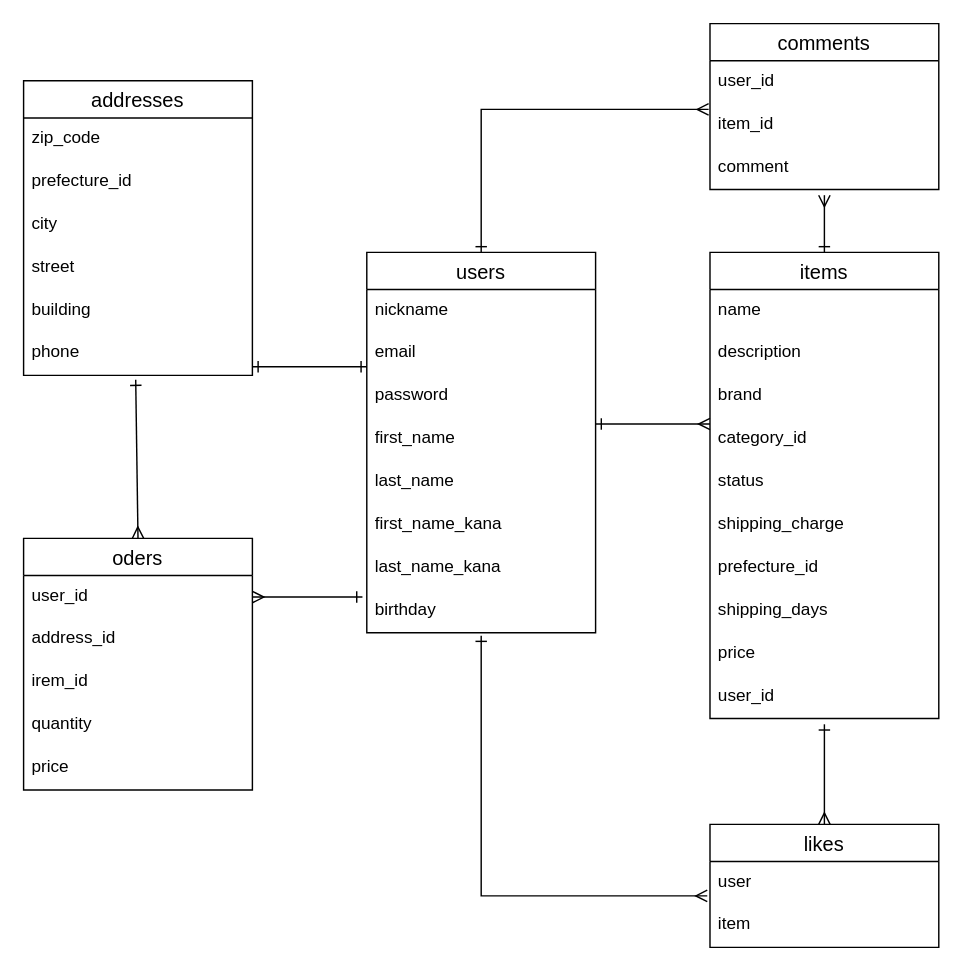
Before: test.dio in emi0121/furima-39164, a draw.io diagram. Source tidied: cells renumbered, new cells numbered last; positions are measured from the earlier drawing's top-left corner, leaving out a move shared by most shapes. Both pictures are drawn from the tidied source at 143%, with x=0, y=0 at pixel (23, 23).
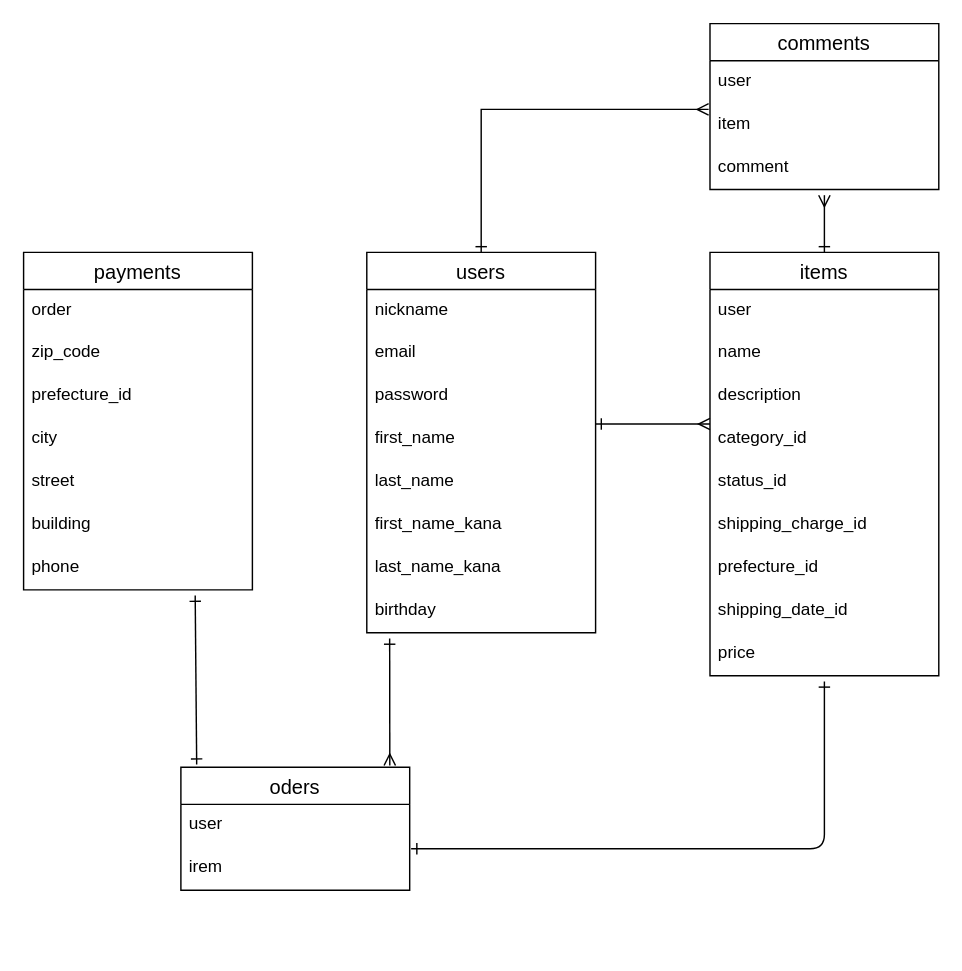
After the change.

The change refers to these unchanged cells:
```xml
<mxCell id="4" value="email" style="text;strokeColor=none;fillColor=none;spacingLeft=4;spacingRight=4;overflow=hidden;points=[[0,0.5],[1,0.5]];portConstraint=eastwest;fontSize=12;" parent="2" vertex="1">
  <mxGeometry y="56" width="160" height="30" as="geometry" />
</mxCell>
<mxCell id="10" value="birthday" style="text;strokeColor=none;fillColor=none;spacingLeft=4;spacingRight=4;overflow=hidden;points=[[0,0.5],[1,0.5]];portConstraint=eastwest;fontSize=12;" parent="2" vertex="1">
  <mxGeometry y="236" width="160" height="30" as="geometry" />
</mxCell>
<mxCell id="34" value="comments" style="swimlane;fontStyle=0;horizontal=1;startSize=26;align=center;fontSize=14;" parent="1" vertex="1">
  <mxGeometry x="480" width="160" height="116" as="geometry" />
</mxCell>
```

Diff of the diagram source:
```diff
@@
-    <mxCell id="11" value="addresses" style="swimlane;fontStyle=0;horizontal=1;startSize=26;align=center;fontSize=14;" parent="1" vertex="1">
-      <mxGeometry y="40" width="160" height="206" as="geometry" />
+    <mxCell id="11" value="payments" style="swimlane;fontStyle=0;horizontal=1;startSize=26;align=center;fontSize=14;" parent="1" vertex="1">
+      <mxGeometry y="160" width="160" height="236" as="geometry" />
     </mxCell>
+    <mxCell id="50" value="order" style="text;strokeColor=none;fillColor=none;spacingLeft=4;spacingRight=4;overflow=hidden;fontSize=12;" parent="11" vertex="1">
+      <mxGeometry y="26" width="160" height="30" as="geometry" />
+    </mxCell>
     <mxCell id="12" value="zip_code" style="text;strokeColor=none;fillColor=none;spacingLeft=4;spacingRight=4;overflow=hidden;fontSize=12;" parent="11" vertex="1">
-      <mxGeometry y="26" width="160" height="30" as="geometry" />
+      <mxGeometry y="56" width="160" height="30" as="geometry" />
     </mxCell>
     <mxCell id="13" value="prefecture_id" style="text;strokeColor=none;fillColor=none;spacingLeft=4;spacingRight=4;overflow=hidden;fontSize=12;" parent="11" vertex="1">
-      <mxGeometry y="56" width="160" height="30" as="geometry" />
+      <mxGeometry y="86" width="160" height="30" as="geometry" />
     </mxCell>
     <mxCell id="14" value="city" style="text;strokeColor=none;fillColor=none;spacingLeft=4;spacingRight=4;overflow=hidden;fontSize=12;" parent="11" vertex="1">
-      <mxGeometry y="86" width="160" height="30" as="geometry" />
+      <mxGeometry y="116" width="160" height="30" as="geometry" />
     </mxCell>
     <mxCell id="15" value="street" style="text;strokeColor=none;fillColor=none;spacingLeft=4;spacingRight=4;overflow=hidden;fontSize=12;" parent="11" vertex="1">
-      <mxGeometry y="116" width="160" height="30" as="geometry" />
+      <mxGeometry y="146" width="160" height="30" as="geometry" />
     </mxCell>
     <mxCell id="16" value="building" style="text;strokeColor=none;fillColor=none;spacingLeft=4;spacingRight=4;overflow=hidden;fontSize=12;" parent="11" vertex="1">
-      <mxGeometry y="146" width="160" height="30" as="geometry" />
+      <mxGeometry y="176" width="160" height="30" as="geometry" />
     </mxCell>
     <mxCell id="17" value="phone" style="text;strokeColor=none;fillColor=none;spacingLeft=4;spacingRight=4;overflow=hidden;points=[[0,0.5],[1,0.5]];portConstraint=eastwest;fontSize=12;" parent="11" vertex="1">
-      <mxGeometry y="176" width="160" height="30" as="geometry" />
+      <mxGeometry y="206" width="160" height="30" as="geometry" />
     </mxCell>
@@
     <mxCell id="19" value="items" style="swimlane;fontStyle=0;horizontal=1;startSize=26;align=center;fontSize=14;" parent="1" vertex="1">
-      <mxGeometry x="480" y="160" width="160" height="326" as="geometry" />
+      <mxGeometry x="480" y="160" width="160" height="296" as="geometry" />
     </mxCell>
+    <mxCell id="32" value="user" style="text;strokeColor=none;fillColor=none;spacingLeft=4;spacingRight=4;overflow=hidden;points=[[0,0.5],[1,0.5]];portConstraint=eastwest;fontSize=12;" parent="19" vertex="1">
+      <mxGeometry y="26" width="160" height="30" as="geometry" />
+    </mxCell>
     <mxCell id="20" value="name" style="text;strokeColor=none;fillColor=none;spacingLeft=4;spacingRight=4;overflow=hidden;fontSize=12;" parent="19" vertex="1">
-      <mxGeometry y="26" width="160" height="30" as="geometry" />
+      <mxGeometry y="56" width="160" height="30" as="geometry" />
     </mxCell>
     <mxCell id="21" value="description" style="text;strokeColor=none;fillColor=none;spacingLeft=4;spacingRight=4;overflow=hidden;fontSize=12;" parent="19" vertex="1">
-      <mxGeometry y="56" width="160" height="30" as="geometry" />
+      <mxGeometry y="86" width="160" height="30" as="geometry" />
     </mxCell>
-    <mxCell id="22" value="brand" style="text;strokeColor=none;fillColor=none;spacingLeft=4;spacingRight=4;overflow=hidden;fontSize=12;" parent="19" vertex="1">
-      <mxGeometry y="86" width="160" height="30" as="geometry" />
-    </mxCell>
@@
-    <mxCell id="24" value="status" style="text;strokeColor=none;fillColor=none;spacingLeft=4;spacingRight=4;overflow=hidden;fontSize=12;" parent="19" vertex="1">
+    <mxCell id="24" value="status_id" style="text;strokeColor=none;fillColor=none;spacingLeft=4;spacingRight=4;overflow=hidden;fontSize=12;" parent="19" vertex="1">
       <mxGeometry y="146" width="160" height="30" as="geometry" />
     </mxCell>
-    <mxCell id="25" value="shipping_charge" style="text;strokeColor=none;fillColor=none;spacingLeft=4;spacingRight=4;overflow=hidden;fontSize=12;" parent="19" vertex="1">
+    <mxCell id="25" value="shipping_charge_id" style="text;strokeColor=none;fillColor=none;spacingLeft=4;spacingRight=4;overflow=hidden;fontSize=12;" parent="19" vertex="1">
       <mxGeometry y="176" width="160" height="30" as="geometry" />
     </mxCell>
@@
-    <mxCell id="27" value="shipping_days" style="text;strokeColor=none;fillColor=none;spacingLeft=4;spacingRight=4;overflow=hidden;fontSize=12;" parent="19" vertex="1">
+    <mxCell id="27" value="shipping_date_id" style="text;strokeColor=none;fillColor=none;spacingLeft=4;spacingRight=4;overflow=hidden;fontSize=12;" parent="19" vertex="1">
       <mxGeometry y="236" width="160" height="30" as="geometry" />
     </mxCell>
@@
-    <mxCell id="29" value="user_id" style="text;strokeColor=none;fillColor=none;spacingLeft=4;spacingRight=4;overflow=hidden;fontSize=12;" parent="19" vertex="1">
-      <mxGeometry y="296" width="160" height="30" as="geometry" />
-    </mxCell>
-    <mxCell id="30" style="edgeStyle=orthogonalEdgeStyle;rounded=0;html=1;exitX=0.5;exitY=0;exitDx=0;exitDy=0;startArrow=ERmany;startFill=0;endArrow=ERone;endFill=0;" parent="1" edge="1" source="31">
-      <mxGeometry relative="1" as="geometry">
-        <mxPoint x="560" y="490" as="targetPoint" />
-      </mxGeometry>
-    </mxCell>
-    <mxCell id="31" value="likes" style="swimlane;fontStyle=0;horizontal=1;startSize=26;align=center;fontSize=14;" parent="1" vertex="1">
-      <mxGeometry x="480" y="560" width="160" height="86" as="geometry" />
-    </mxCell>
-    <mxCell id="32" value="user" style="text;strokeColor=none;fillColor=none;spacingLeft=4;spacingRight=4;overflow=hidden;points=[[0,0.5],[1,0.5]];portConstraint=eastwest;fontSize=12;" parent="31" vertex="1">
-      <mxGeometry y="26" width="160" height="30" as="geometry" />
-    </mxCell>
-    <mxCell id="33" value="item" style="text;strokeColor=none;fillColor=none;spacingLeft=4;spacingRight=4;overflow=hidden;fontSize=12;" parent="31" vertex="1">
-      <mxGeometry y="56" width="160" height="30" as="geometry" />
-    </mxCell>
@@
-    <mxCell id="35" value="user_id" style="text;strokeColor=none;fillColor=none;spacingLeft=4;spacingRight=4;overflow=hidden;fontSize=12;" parent="34" vertex="1">
+    <mxCell id="35" value="user" style="text;strokeColor=none;fillColor=none;spacingLeft=4;spacingRight=4;overflow=hidden;fontSize=12;" parent="34" vertex="1">
       <mxGeometry y="26" width="160" height="30" as="geometry" />
     </mxCell>
-    <mxCell id="36" value="item_id" style="text;strokeColor=none;fillColor=none;spacingLeft=4;spacingRight=4;overflow=hidden;points=[[0,0.5],[1,0.5]];portConstraint=eastwest;fontSize=12;" parent="34" vertex="1">
+    <mxCell id="36" value="item" style="text;strokeColor=none;fillColor=none;spacingLeft=4;spacingRight=4;overflow=hidden;points=[[0,0.5],[1,0.5]];portConstraint=eastwest;fontSize=12;" parent="34" vertex="1">
       <mxGeometry y="56" width="160" height="30" as="geometry" />
     </mxCell>
@@
-    <mxCell id="38" style="edgeStyle=entityRelationEdgeStyle;fontSize=12;html=1;endArrow=ERone;startArrow=ERone;entryX=0;entryY=0.8;entryDx=0;entryDy=0;entryPerimeter=0;startFill=0;endFill=0;" parent="1" edge="1" target="4">
-      <mxGeometry relative="1" as="geometry">
-        <mxPoint x="160" y="240" as="sourcePoint" />
-      </mxGeometry>
-    </mxCell>
@@
-    <mxCell id="40" style="fontSize=12;html=1;endArrow=ERmany;startArrow=ERone;rounded=0;startFill=0;endFill=0;edgeStyle=orthogonalEdgeStyle;exitX=0.5;exitY=1.067;exitDx=0;exitDy=0;exitPerimeter=0;entryX=-0.012;entryY=0.8;entryDx=0;entryDy=0;entryPerimeter=0;" parent="1" edge="1" source="10" target="32">
-      <mxGeometry relative="1" as="geometry">
-        <Array as="points">
-          <mxPoint x="320" y="610" />
-        </Array>
-      </mxGeometry>
-    </mxCell>
@@
     <mxCell id="42" value="oders" style="swimlane;fontStyle=0;horizontal=1;startSize=26;align=center;fontSize=14;" parent="1" vertex="1">
-      <mxGeometry y="360" width="160" height="176" as="geometry" />
+      <mxGeometry x="110" y="520" width="160" height="86" as="geometry" />
     </mxCell>
-    <mxCell id="43" value="user_id" style="text;strokeColor=none;fillColor=none;spacingLeft=4;spacingRight=4;overflow=hidden;points=[[0,0.5],[1,0.5]];portConstraint=eastwest;fontSize=12;" parent="42" vertex="1">
+    <mxCell id="43" value="user" style="text;strokeColor=none;fillColor=none;spacingLeft=4;spacingRight=4;overflow=hidden;points=[[0,0.5],[1,0.5]];portConstraint=eastwest;fontSize=12;" parent="42" vertex="1">
       <mxGeometry y="26" width="160" height="30" as="geometry" />
     </mxCell>
-    <mxCell id="44" value="address_id" style="text;strokeColor=none;fillColor=none;spacingLeft=4;spacingRight=4;overflow=hidden;fontSize=12;" parent="42" vertex="1">
-      <mxGeometry y="56" width="160" height="30" as="geometry" />
-    </mxCell>
-    <mxCell id="45" value="irem_id" style="text;strokeColor=none;fillColor=none;spacingLeft=4;spacingRight=4;overflow=hidden;fontSize=12;" parent="42" vertex="1">
-      <mxGeometry y="86" width="160" height="30" as="geometry" />
+    <mxCell id="45" value="irem" style="text;strokeColor=none;fillColor=none;spacingLeft=4;spacingRight=4;overflow=hidden;fontSize=12;" parent="42" vertex="1">
+      <mxGeometry y="56" width="160" height="30" as="geometry" />
     </mxCell>
-    <mxCell id="46" value="quantity" style="text;strokeColor=none;fillColor=none;spacingLeft=4;spacingRight=4;overflow=hidden;fontSize=12;" parent="42" vertex="1">
-      <mxGeometry y="116" width="160" height="30" as="geometry" />
-    </mxCell>
-    <mxCell id="47" value="price" style="text;strokeColor=none;fillColor=none;spacingLeft=4;spacingRight=4;overflow=hidden;fontSize=12;" parent="42" vertex="1">
-      <mxGeometry y="146" width="160" height="30" as="geometry" />
-    </mxCell>
-    <mxCell id="48" style="edgeStyle=entityRelationEdgeStyle;fontSize=12;html=1;endArrow=ERmany;startArrow=ERone;startFill=0;endFill=0;exitX=-0.019;exitY=0.167;exitDx=0;exitDy=0;exitPerimeter=0;" parent="1" edge="1" source="10" target="43">
-      <mxGeometry relative="1" as="geometry" />
+    <mxCell id="48" style="fontSize=12;html=1;endArrow=ERmany;startArrow=ERone;startFill=0;endFill=0;entryX=0.913;entryY=-0.014;entryDx=0;entryDy=0;entryPerimeter=0;" parent="1" edge="1" target="42">
+      <mxGeometry relative="1" as="geometry">
+        <mxPoint x="256" y="430" as="sourcePoint" />
+      </mxGeometry>
     </mxCell>
-    <mxCell id="49" style="fontSize=12;html=1;endArrow=ERmany;startArrow=ERone;startFill=0;endFill=0;exitX=0.49;exitY=1.1;exitDx=0;exitDy=0;exitPerimeter=0;entryX=0.5;entryY=0;entryDx=0;entryDy=0;" parent="1" edge="1" source="17" target="42">
-      <mxGeometry relative="1" as="geometry" />
-    </mxCell>
+    <mxCell id="51" style="fontSize=12;html=1;endArrow=ERone;startArrow=ERone;startFill=0;endFill=0;entryX=0.069;entryY=-0.021;entryDx=0;entryDy=0;entryPerimeter=0;" parent="1" edge="1" target="42">
+      <mxGeometry relative="1" as="geometry">
+        <mxPoint x="120" y="400" as="sourcePoint" />
+      </mxGeometry>
+    </mxCell>
+    <mxCell id="52" style="fontSize=12;html=1;endArrow=ERone;startArrow=ERone;startFill=0;endFill=0;entryX=1.006;entryY=0.033;entryDx=0;entryDy=0;entryPerimeter=0;edgeStyle=orthogonalEdgeStyle;" parent="1" edge="1">
+      <mxGeometry relative="1" as="geometry">
+        <mxPoint x="560" y="460" as="sourcePoint" />
+        <mxPoint x="271" y="577" as="targetPoint" />
+        <Array as="points">
+          <mxPoint x="560" y="577" />
+        </Array>
+      </mxGeometry>
+    </mxCell>
```
